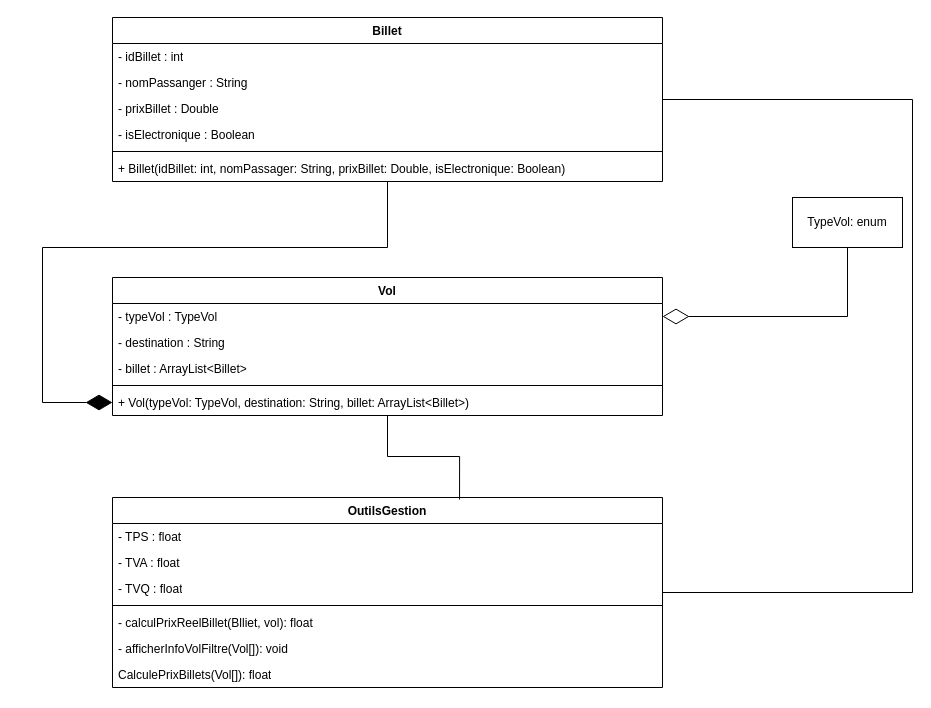
This is ExoAvion.drawio from Milleboy2007/Cour_Prog, a draw.io file, before an edit. Source tidied: cells renumbered, new cells numbered last; positions are measured from the earlier drawing's top-left corner, leaving out a move shared by most shapes. Both pictures are drawn from the tidied source at 100%, with x=0, y=0 at pixel (42, 17).
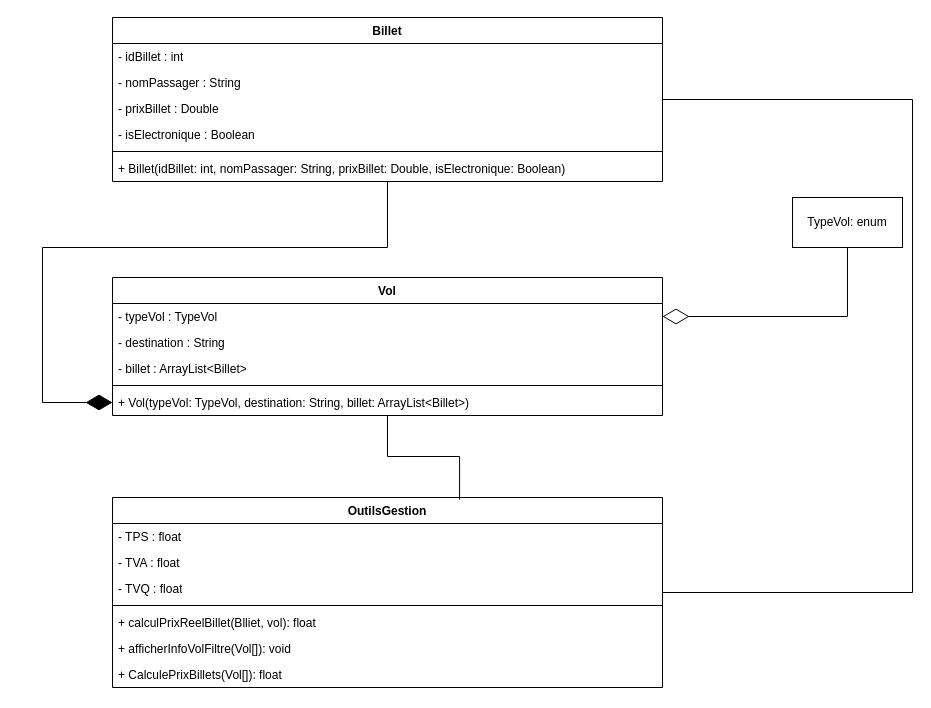
Above is the later version.

Unchanged cells that the change refers to:
```xml
<mxCell id="2" value="Billet" style="swimlane;fontStyle=1;align=center;verticalAlign=top;horizontal=1;startSize=26;whiteSpace=wrap;html=1;" parent="1" vertex="1">
  <mxGeometry x="70" width="550" height="164" as="geometry" />
</mxCell>
<mxCell id="15" value="OutilsGestion" style="swimlane;fontStyle=1;align=center;verticalAlign=top;horizontal=1;startSize=26;whiteSpace=wrap;html=1;" parent="1" vertex="1">
  <mxGeometry x="70" y="480" width="550" height="190" as="geometry" />
</mxCell>
```

The edit, as a diff of the source:
```diff
@@
-    <mxCell id="4" value="- nomPassanger : String" style="text;strokeColor=none;fillColor=none;align=left;verticalAlign=top;spacingLeft=4;spacingRight=4;overflow=hidden;whiteSpace=wrap;html=1;" parent="2" vertex="1">
+    <mxCell id="4" value="- nomPassager : String" style="text;strokeColor=none;fillColor=none;align=left;verticalAlign=top;spacingLeft=4;spacingRight=4;overflow=hidden;whiteSpace=wrap;html=1;" parent="2" vertex="1">
       <mxGeometry y="52" width="550" height="26" as="geometry" />
     </mxCell>
@@
-    <mxCell id="20" value="- calculPrixReelBillet(Blliet, vol): float" style="text;strokeColor=none;fillColor=none;align=left;verticalAlign=top;spacingLeft=4;spacingRight=4;overflow=hidden;whiteSpace=wrap;html=1;" parent="15" vertex="1">
+    <mxCell id="20" value="+ calculPrixReelBillet(Blliet, vol): float" style="text;strokeColor=none;fillColor=none;align=left;verticalAlign=top;spacingLeft=4;spacingRight=4;overflow=hidden;whiteSpace=wrap;html=1;" parent="15" vertex="1">
       <mxGeometry y="112" width="550" height="26" as="geometry" />
     </mxCell>
-    <mxCell id="21" value="- afficherInfoVolFiltre(Vol[]): void" style="text;strokeColor=none;fillColor=none;align=left;verticalAlign=top;spacingLeft=4;spacingRight=4;overflow=hidden;whiteSpace=wrap;html=1;" parent="15" vertex="1">
+    <mxCell id="21" value="+ afficherInfoVolFiltre(Vol[]): void" style="text;strokeColor=none;fillColor=none;align=left;verticalAlign=top;spacingLeft=4;spacingRight=4;overflow=hidden;whiteSpace=wrap;html=1;" parent="15" vertex="1">
       <mxGeometry y="138" width="550" height="26" as="geometry" />
     </mxCell>
-    <mxCell id="22" value="CalculePrixBillets(Vol[]): float" style="text;strokeColor=none;fillColor=none;align=left;verticalAlign=top;spacingLeft=4;spacingRight=4;overflow=hidden;whiteSpace=wrap;html=1;" parent="15" vertex="1">
+    <mxCell id="22" value="+ CalculePrixBillets(Vol[]): float" style="text;strokeColor=none;fillColor=none;align=left;verticalAlign=top;spacingLeft=4;spacingRight=4;overflow=hidden;whiteSpace=wrap;html=1;" parent="15" vertex="1">
       <mxGeometry y="164" width="550" height="26" as="geometry" />
     </mxCell>
```
